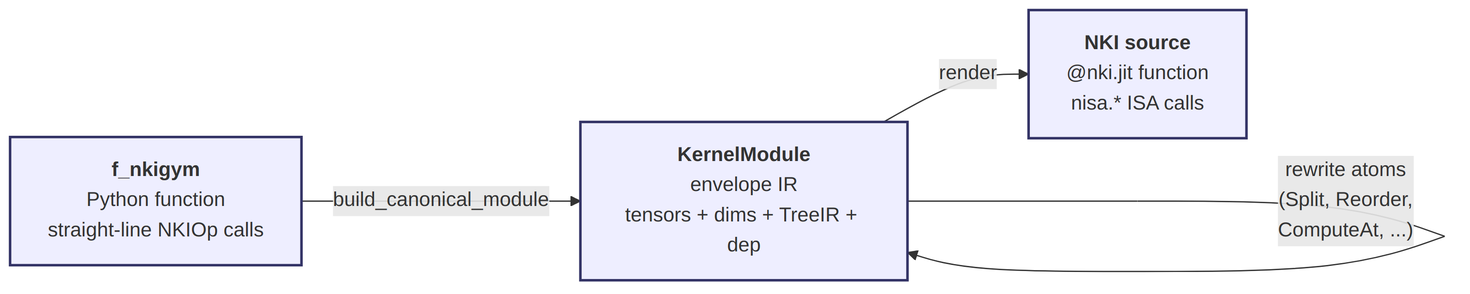
Above: docs/diagrams/ir-layers.png in awslabs/nki-autotune (Mermaid), before the change. Its source is kept beside it as docs/diagrams/ir-layers.mmd.
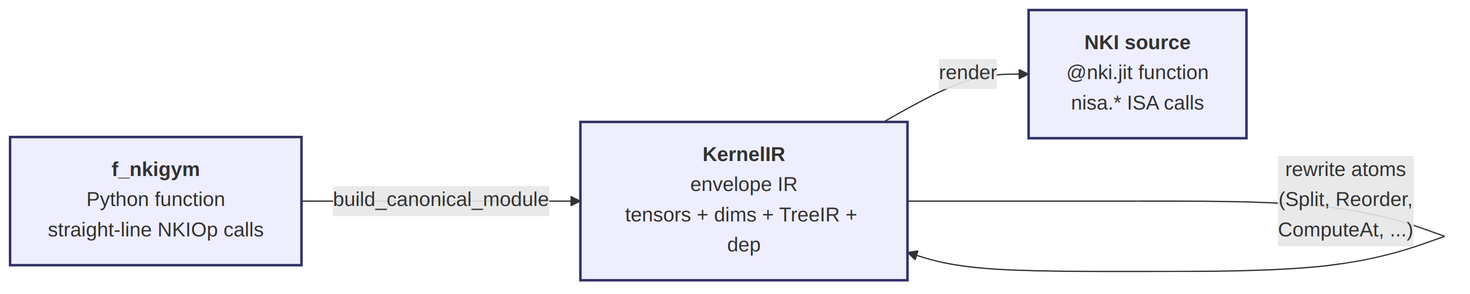
After the change.

Change to the diagram source:
```diff
@@ -1,9 +1,9 @@
 flowchart LR
     A["<b>f_nkigym</b><br/>Python function<br/>straight-line NKIOp calls"]
-    B["<b>KernelModule</b><br/>envelope IR<br/>tensors + dims + TreeIR + dep"]
+    B["<b>KernelIR</b><br/>envelope IR<br/>tensors + dims + TreeIR + dep"]
     C["<b>NKI source</b><br/>@nki.jit function<br/>nisa.* ISA calls"]
 
-    A -- "build_canonical_module" --> B
+    A -- "build_initial_ir" --> B
     B -- "rewrite atoms<br/>(Split, Reorder,<br/>ComputeAt, ...)" --> B
     B -- "render" --> C
 
```
